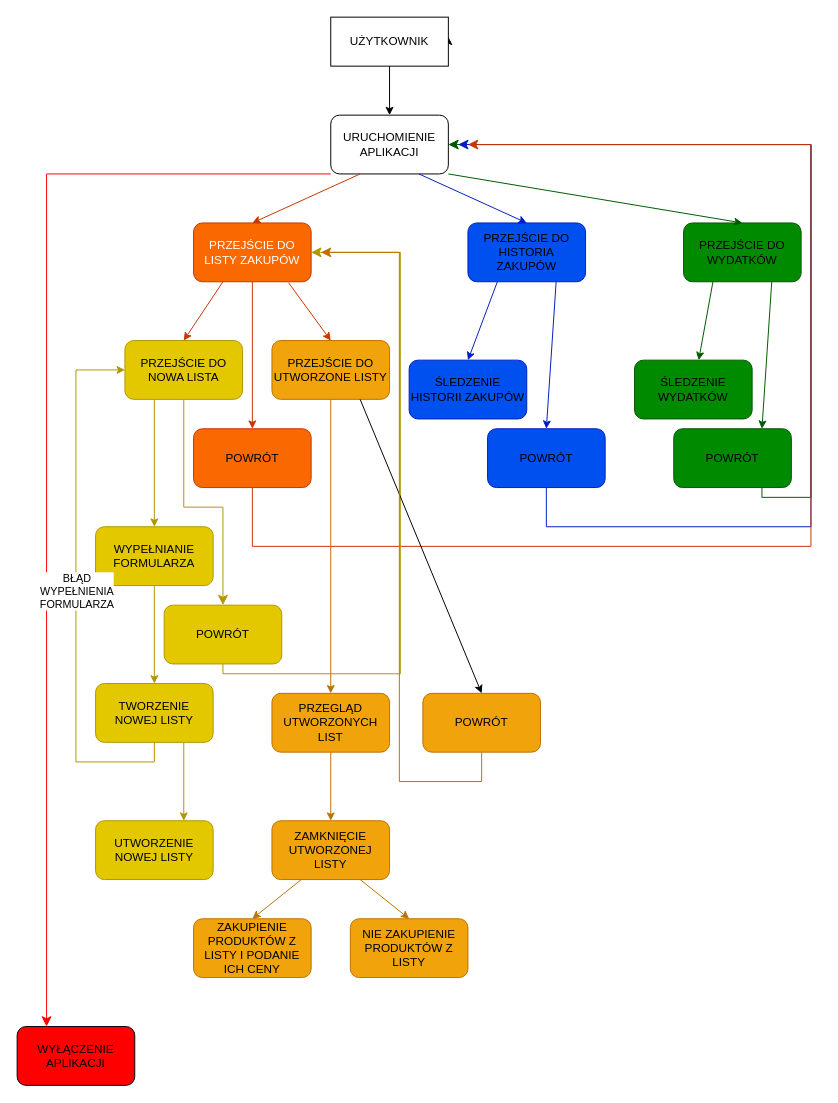
Before: Diagram 23bez tytułu.drawio in HieronimBajowski/nauka_gita, a draw.io diagram. Source tidied: cells renumbered, new cells numbered last; positions are measured from the earlier drawing's top-left corner, leaving out a move shared by most shapes. Both pictures are drawn from the tidied source at 98%, with x=0, y=0 at pixel (17, 17).
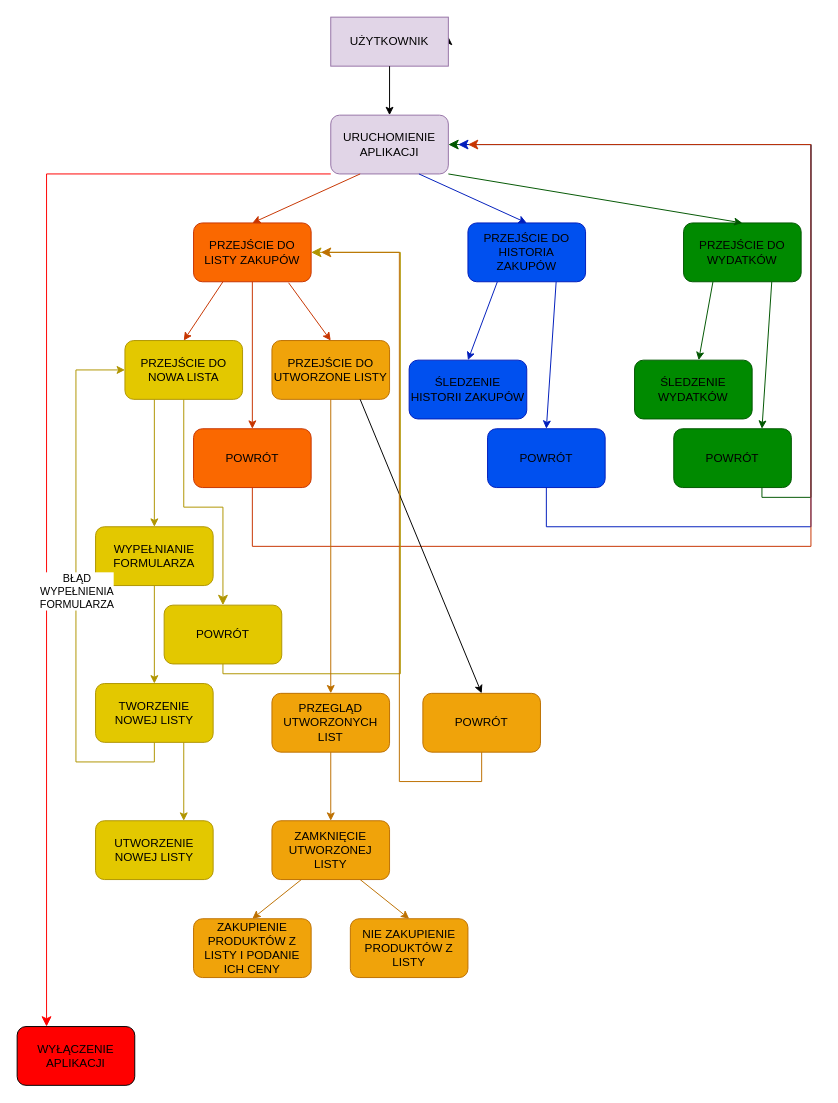
The same page after the edit.

Diff of the diagram source:
```diff
@@
-    <mxCell id="3" value="&lt;div&gt;UŻYTKOWNIK&lt;/div&gt;" style="rounded=0;whiteSpace=wrap;html=1;" parent="1" vertex="1">
+    <mxCell id="3" value="&lt;div&gt;UŻYTKOWNIK&lt;/div&gt;" style="rounded=0;whiteSpace=wrap;html=1;fillColor=#e1d5e7;strokeColor=#9673a6;" parent="1" vertex="1">
       <mxGeometry x="320" width="120" height="50" as="geometry" />
     </mxCell>
-    <mxCell id="4" value="&lt;div&gt;URUCHOMIENIE&lt;/div&gt;&lt;div&gt;APLIKACJI&lt;br&gt;&lt;/div&gt;" style="rounded=1;whiteSpace=wrap;html=1;" parent="1" vertex="1">
+    <mxCell id="4" value="&lt;div&gt;URUCHOMIENIE&lt;/div&gt;&lt;div&gt;APLIKACJI&lt;br&gt;&lt;/div&gt;" style="rounded=1;whiteSpace=wrap;html=1;fillColor=#e1d5e7;strokeColor=#9673a6;" parent="1" vertex="1">
       <mxGeometry x="320" y="100" width="120" height="60" as="geometry" />
     </mxCell>
@@
-    <mxCell id="8" value="&lt;div&gt;PRZEJŚCIE DO&lt;/div&gt;&lt;div&gt;LISTY ZAKUPÓW&lt;br&gt;&lt;/div&gt;" style="rounded=1;whiteSpace=wrap;html=1;fillColor=#fa6800;fontColor=#FFFFFF;strokeColor=#C73500;" parent="1" vertex="1">
+    <mxCell id="8" value="&lt;div&gt;PRZEJŚCIE DO&lt;/div&gt;&lt;div&gt;LISTY ZAKUPÓW&lt;br&gt;&lt;/div&gt;" style="rounded=1;whiteSpace=wrap;html=1;fillColor=#fa6800;fontColor=#000000;strokeColor=#C73500;" parent="1" vertex="1">
       <mxGeometry x="180" y="210" width="120" height="60" as="geometry" />
     </mxCell>
```
